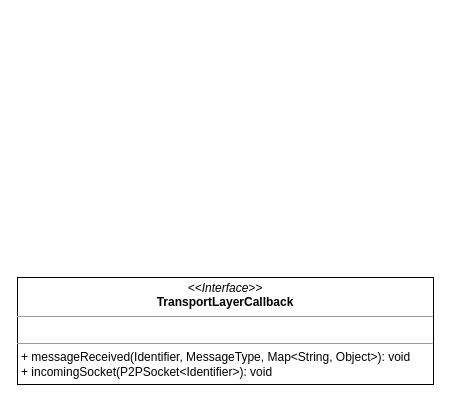
The draw.io diagram Untitled Diagram.drawio in OneOverThree/PastryTest, before the edit. Source tidied: cells renumbered, new cells numbered last; positions are measured from the earlier drawing's top-left corner, leaving out a move shared by most shapes. Both pictures are drawn from the tidied source at 100%, with x=0, y=0 at pixel (17, 277).
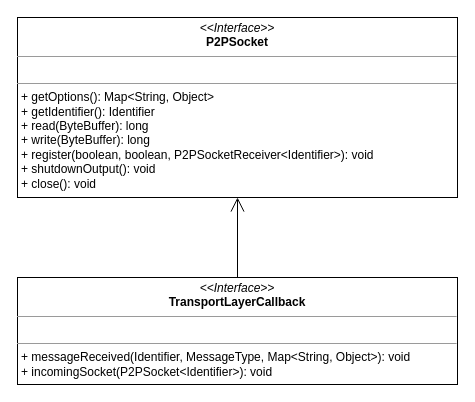
Above is the later version.

The edit, as a diff of the source:
```diff
@@
 <mxGraphModel>
   <root>
     <mxCell id="0" />
     <mxCell id="1" parent="0" />
     <mxCell id="2" value="&lt;p style=&quot;margin:0px;margin-top:4px;text-align:center;&quot;&gt;&lt;i&gt;&amp;lt;&amp;lt;Interface&amp;gt;&amp;gt;&lt;/i&gt;&lt;br&gt;&lt;b style=&quot;&quot;&gt;TransportLayerCallback&lt;/b&gt;&lt;/p&gt;&lt;hr size=&quot;1&quot;&gt;&lt;p style=&quot;margin:0px;margin-left:4px;&quot;&gt;&lt;br&gt;&lt;/p&gt;&lt;hr size=&quot;1&quot;&gt;&lt;p style=&quot;margin:0px;margin-left:4px;&quot;&gt;+ messageReceived&lt;span style=&quot;background-color: initial;&quot;&gt;(Identifier, MessageType, Map&amp;lt;String, Object&amp;gt;): void&lt;/span&gt;&lt;/p&gt;&lt;p style=&quot;margin:0px;margin-left:4px;&quot;&gt;+&amp;nbsp;incomingSocket(P2PSocket&amp;lt;Identifier&amp;gt;)&lt;span style=&quot;background-color: initial;&quot;&gt;: void&lt;/span&gt;&lt;/p&gt;" style="verticalAlign=top;align=left;overflow=fill;fontSize=12;fontFamily=Helvetica;html=1;rounded=0;shadow=0;comic=0;labelBackgroundColor=none;strokeWidth=1;" parent="1" vertex="1">
-      <mxGeometry width="416" height="107" as="geometry" />
+      <mxGeometry width="440" height="107" as="geometry" />
     </mxCell>
+    <mxCell id="3" value="&lt;p style=&quot;margin:0px;margin-top:4px;text-align:center;&quot;&gt;&lt;i&gt;&amp;lt;&amp;lt;Interface&amp;gt;&amp;gt;&lt;/i&gt;&lt;br&gt;&lt;b style=&quot;&quot;&gt;P2PSocket&lt;/b&gt;&lt;/p&gt;&lt;hr size=&quot;1&quot;&gt;&lt;p style=&quot;margin:0px;margin-left:4px;&quot;&gt;&lt;br&gt;&lt;/p&gt;&lt;hr size=&quot;1&quot;&gt;&lt;p style=&quot;margin:0px;margin-left:4px;&quot;&gt;+ getOptions()&lt;span style=&quot;background-color: initial;&quot;&gt;: Map&amp;lt;String, Object&amp;gt;&lt;/span&gt;&lt;/p&gt;&lt;p style=&quot;margin:0px;margin-left:4px;&quot;&gt;+ getIdentifier(): Identifier&lt;/p&gt;&lt;p style=&quot;margin:0px;margin-left:4px;&quot;&gt;+ read(ByteBuffer): long&lt;/p&gt;&lt;p style=&quot;margin:0px;margin-left:4px;&quot;&gt;+ write(ByteBuffer): long&lt;/p&gt;&lt;p style=&quot;margin:0px;margin-left:4px;&quot;&gt;+ register(boolean, boolean, P2PSocketReceiver&amp;lt;Identifier&amp;gt;): void&lt;/p&gt;&lt;p style=&quot;margin:0px;margin-left:4px;&quot;&gt;&lt;span style=&quot;background-color: initial;&quot;&gt;+ shutdownOutput(): void&lt;/span&gt;&lt;/p&gt;&lt;p style=&quot;margin:0px;margin-left:4px;&quot;&gt;&lt;span style=&quot;background-color: initial;&quot;&gt;+ close(): void&lt;/span&gt;&lt;/p&gt;" style="verticalAlign=top;align=left;overflow=fill;fontSize=12;fontFamily=Helvetica;html=1;rounded=0;shadow=0;comic=0;labelBackgroundColor=none;strokeWidth=1;" parent="1" vertex="1">
+      <mxGeometry y="-260" width="440" height="180" as="geometry" />
+    </mxCell>
+    <mxCell id="4" style="endArrow=open;endFill=1;endSize=12;html=1;rounded=0;" parent="1" edge="1" source="2" target="3">
+      <mxGeometry relative="1" as="geometry" />
+    </mxCell>
   </root>
 </mxGraphModel>
```
